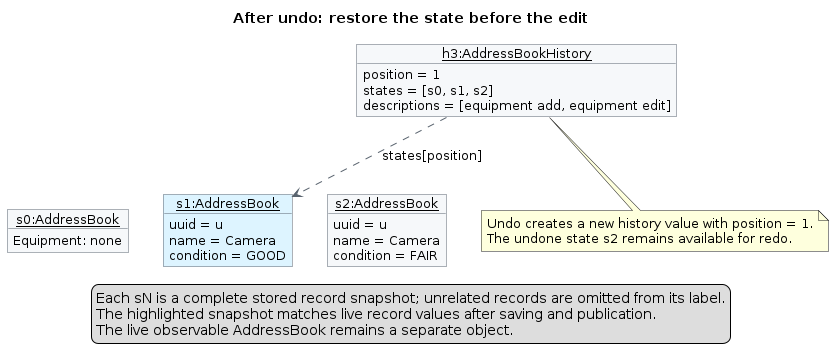
This is diagrams/UndoRedoState3.png from AY2627S1-CS2103T-F15-2/tp, a PlantUML export, as it was before one commit. Its source is kept beside it as diagrams/UndoRedoState3.puml.
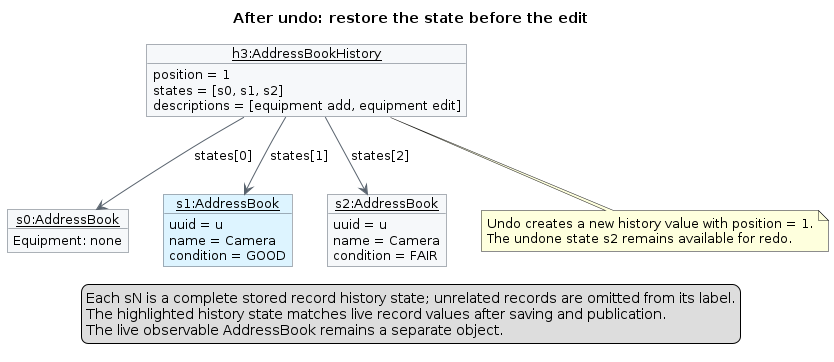
Above is the later version.

What changed in the source:
```diff
@@ -34,7 +34,9 @@
 s0 -[hidden]right-> s1
 s1 -[hidden]right-> s2
 
-history ..> s1 : states[position]
+history --> s0 : states[0]
+history --> s1 : states[1]
+history --> s2 : states[2]
 
 note bottom of history
   Undo creates a new history value with position = 1.
@@ -42,8 +44,8 @@
 end note
 
 legend bottom
-  Each sN is a complete stored record snapshot; unrelated records are omitted from its label.
-  The highlighted snapshot matches live record values after saving and publication.
+  Each sN is a complete stored record history state; unrelated records are omitted from its label.
+  The highlighted history state matches live record values after saving and publication.
   The live observable AddressBook remains a separate object.
 endlegend
 @enduml
```
